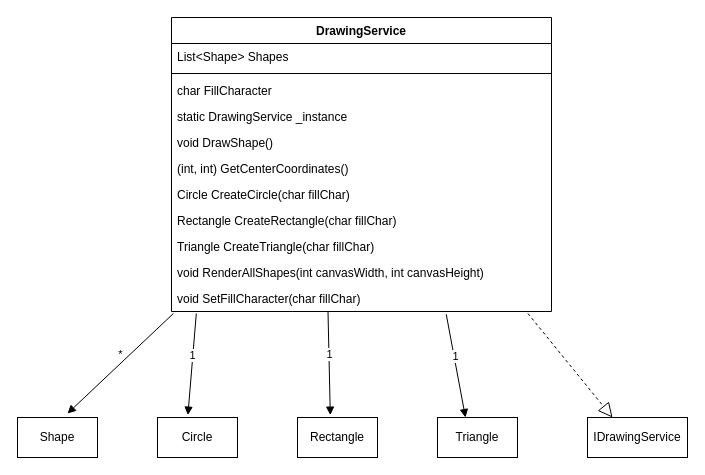
This is shemas/DrawingService.drawio from panigirik/OOP, a draw.io file, before an edit. Source tidied: cells renumbered, new cells numbered last; positions are measured from the earlier drawing's top-left corner, leaving out a move shared by most shapes. Both pictures are drawn from the tidied source at 100%, with x=0, y=0 at pixel (17, 17).
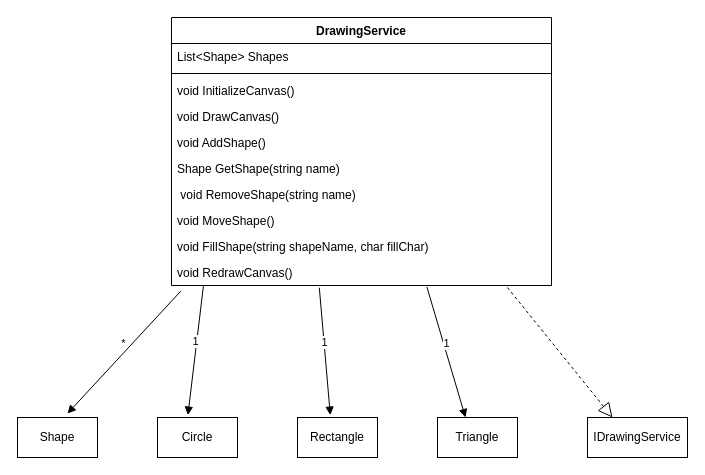
The same diagram, later.

Unchanged cells that the change refers to:
```xml
<mxCell id="15" value="Circle" style="html=1;whiteSpace=wrap;" parent="1" vertex="1">
  <mxGeometry x="140" y="400" width="80" height="40" as="geometry" />
</mxCell>
<mxCell id="16" value="Rectangle" style="html=1;whiteSpace=wrap;" parent="1" vertex="1">
  <mxGeometry x="280" y="400" width="80" height="40" as="geometry" />
</mxCell>
<mxCell id="17" value="Triangle" style="html=1;whiteSpace=wrap;" parent="1" vertex="1">
  <mxGeometry x="420" y="400" width="80" height="40" as="geometry" />
</mxCell>
<mxCell id="18" value="IDrawingService" style="html=1;whiteSpace=wrap;" parent="1" vertex="1">
  <mxGeometry x="570" y="400" width="100" height="40" as="geometry" />
</mxCell>
```

The edit, as a diff of the source:
```diff
@@
     <mxCell id="2" value="DrawingService&lt;div&gt;&lt;br&gt;&lt;/div&gt;" style="swimlane;fontStyle=1;align=center;verticalAlign=top;horizontal=1;startSize=26;whiteSpace=wrap;html=1;" parent="1" vertex="1">
-      <mxGeometry x="154" width="380" height="294" as="geometry" />
+      <mxGeometry x="154" width="380" height="268" as="geometry" />
     </mxCell>
@@
-    <mxCell id="5" value="char FillCharacter" style="text;strokeColor=none;fillColor=none;align=left;verticalAlign=top;spacingLeft=4;spacingRight=4;overflow=hidden;whiteSpace=wrap;html=1;" parent="2" vertex="1">
+    <mxCell id="5" value="void InitializeCanvas()" style="text;strokeColor=none;fillColor=none;align=left;verticalAlign=top;spacingLeft=4;spacingRight=4;overflow=hidden;whiteSpace=wrap;html=1;" parent="2" vertex="1">
       <mxGeometry y="60" width="380" height="26" as="geometry" />
     </mxCell>
-    <mxCell id="6" value="static DrawingService _instance" style="text;strokeColor=none;fillColor=none;align=left;verticalAlign=top;spacingLeft=4;spacingRight=4;overflow=hidden;whiteSpace=wrap;html=1;" parent="2" vertex="1">
+    <mxCell id="6" value="void DrawCanvas()" style="text;strokeColor=none;fillColor=none;align=left;verticalAlign=top;spacingLeft=4;spacingRight=4;overflow=hidden;whiteSpace=wrap;html=1;" parent="2" vertex="1">
       <mxGeometry y="86" width="380" height="26" as="geometry" />
     </mxCell>
-    <mxCell id="7" value="void DrawShape()" style="text;strokeColor=none;fillColor=none;align=left;verticalAlign=top;spacingLeft=4;spacingRight=4;overflow=hidden;whiteSpace=wrap;html=1;" parent="2" vertex="1">
+    <mxCell id="7" value="void AddShape()" style="text;strokeColor=none;fillColor=none;align=left;verticalAlign=top;spacingLeft=4;spacingRight=4;overflow=hidden;whiteSpace=wrap;html=1;" parent="2" vertex="1">
       <mxGeometry y="112" width="380" height="26" as="geometry" />
     </mxCell>
-    <mxCell id="8" value="(int, int) GetCenterCoordinates()" style="text;strokeColor=none;fillColor=none;align=left;verticalAlign=top;spacingLeft=4;spacingRight=4;overflow=hidden;whiteSpace=wrap;html=1;" parent="2" vertex="1">
+    <mxCell id="8" value="Shape GetShape(string name)" style="text;strokeColor=none;fillColor=none;align=left;verticalAlign=top;spacingLeft=4;spacingRight=4;overflow=hidden;whiteSpace=wrap;html=1;" parent="2" vertex="1">
       <mxGeometry y="138" width="380" height="26" as="geometry" />
     </mxCell>
-    <mxCell id="9" value="Circle CreateCircle(char fillChar)" style="text;strokeColor=none;fillColor=none;align=left;verticalAlign=top;spacingLeft=4;spacingRight=4;overflow=hidden;whiteSpace=wrap;html=1;" parent="2" vertex="1">
+    <mxCell id="9" value="&amp;nbsp;void RemoveShape(string name)" style="text;strokeColor=none;fillColor=none;align=left;verticalAlign=top;spacingLeft=4;spacingRight=4;overflow=hidden;whiteSpace=wrap;html=1;" parent="2" vertex="1">
       <mxGeometry y="164" width="380" height="26" as="geometry" />
     </mxCell>
-    <mxCell id="10" value="Rectangle CreateRectangle(char fillChar)" style="text;strokeColor=none;fillColor=none;align=left;verticalAlign=top;spacingLeft=4;spacingRight=4;overflow=hidden;whiteSpace=wrap;html=1;" parent="2" vertex="1">
+    <mxCell id="10" value="void MoveShape()" style="text;strokeColor=none;fillColor=none;align=left;verticalAlign=top;spacingLeft=4;spacingRight=4;overflow=hidden;whiteSpace=wrap;html=1;" parent="2" vertex="1">
       <mxGeometry y="190" width="380" height="26" as="geometry" />
     </mxCell>
-    <mxCell id="11" value="Triangle CreateTriangle(char fillChar)" style="text;strokeColor=none;fillColor=none;align=left;verticalAlign=top;spacingLeft=4;spacingRight=4;overflow=hidden;whiteSpace=wrap;html=1;" parent="2" vertex="1">
+    <mxCell id="11" value="void FillShape(string shapeName, char fillChar)" style="text;strokeColor=none;fillColor=none;align=left;verticalAlign=top;spacingLeft=4;spacingRight=4;overflow=hidden;whiteSpace=wrap;html=1;" parent="2" vertex="1">
       <mxGeometry y="216" width="380" height="26" as="geometry" />
     </mxCell>
-    <mxCell id="12" value="void RenderAllShapes(int canvasWidth, int canvasHeight)" style="text;strokeColor=none;fillColor=none;align=left;verticalAlign=top;spacingLeft=4;spacingRight=4;overflow=hidden;points=[[0,0.5],[1,0.5]];portConstraint=eastwest;whiteSpace=wrap;html=1;" parent="2" vertex="1">
+    <mxCell id="12" value="void RedrawCanvas()" style="text;strokeColor=none;fillColor=none;align=left;verticalAlign=top;spacingLeft=4;spacingRight=4;overflow=hidden;points=[[0,0.5],[1,0.5]];portConstraint=eastwest;whiteSpace=wrap;html=1;" parent="2" vertex="1">
       <mxGeometry y="242" width="380" height="26" as="geometry" />
     </mxCell>
-    <mxCell id="13" value="void SetFillCharacter(char fillChar)" style="text;strokeColor=none;fillColor=none;align=left;verticalAlign=top;spacingLeft=4;spacingRight=4;overflow=hidden;points=[[0,0.5],[1,0.5]];portConstraint=eastwest;whiteSpace=wrap;html=1;" parent="2" vertex="1">
-      <mxGeometry y="268" width="380" height="26" as="geometry" />
-    </mxCell>
@@
-    <mxCell id="19" style="endArrow=block;dashed=1;endFill=0;endSize=12;html=1;rounded=0;entryX=0.25;entryY=0;entryDx=0;entryDy=0;exitX=0.938;exitY=1.077;exitDx=0;exitDy=0;exitPerimeter=0;" parent="1" edge="1" source="13" target="18">
+    <mxCell id="19" style="endArrow=block;dashed=1;endFill=0;endSize=12;html=1;rounded=0;entryX=0.25;entryY=0;entryDx=0;entryDy=0;exitX=0.884;exitY=1.077;exitDx=0;exitDy=0;exitPerimeter=0;" parent="1" edge="1" source="12" target="18">
       <mxGeometry relative="1" as="geometry" />
     </mxCell>
-    <mxCell id="20" value="1" style="html=1;verticalAlign=bottom;endArrow=block;curved=0;rounded=0;entryX=0.35;entryY=0;entryDx=0;entryDy=0;entryPerimeter=0;exitX=0.723;exitY=1.108;exitDx=0;exitDy=0;exitPerimeter=0;" parent="1" edge="1" source="13" target="17">
+    <mxCell id="20" value="1" style="html=1;verticalAlign=bottom;endArrow=block;curved=0;rounded=0;entryX=0.35;entryY=0;entryDx=0;entryDy=0;entryPerimeter=0;exitX=0.672;exitY=1.054;exitDx=0;exitDy=0;exitPerimeter=0;" parent="1" edge="1" source="12" target="17">
       <mxGeometry relative="1" as="geometry" />
     </mxCell>
-    <mxCell id="21" value="1" style="html=1;verticalAlign=bottom;endArrow=block;curved=0;rounded=0;entryX=0.41;entryY=-0.06;entryDx=0;entryDy=0;entryPerimeter=0;exitX=0.723;exitY=1.108;exitDx=0;exitDy=0;exitPerimeter=0;" parent="1" edge="1" target="16">
-      <mxGeometry relative="1" as="geometry">
-        <mxPoint x="310.5" y="294" as="sourcePoint" />
-      </mxGeometry>
+    <mxCell id="21" value="1" style="html=1;verticalAlign=bottom;endArrow=block;curved=0;rounded=0;entryX=0.41;entryY=-0.06;entryDx=0;entryDy=0;entryPerimeter=0;exitX=0.389;exitY=1.085;exitDx=0;exitDy=0;exitPerimeter=0;" parent="1" edge="1" source="12" target="16">
+      <mxGeometry relative="1" as="geometry" />
     </mxCell>
-    <mxCell id="22" value="1" style="html=1;verticalAlign=bottom;endArrow=block;curved=0;rounded=0;entryX=0.38;entryY=-0.06;entryDx=0;entryDy=0;entryPerimeter=0;exitX=0.723;exitY=1.108;exitDx=0;exitDy=0;exitPerimeter=0;" parent="1" edge="1" target="15">
-      <mxGeometry relative="1" as="geometry">
-        <mxPoint x="178.8" y="296" as="sourcePoint" />
-      </mxGeometry>
+    <mxCell id="22" value="1" style="html=1;verticalAlign=bottom;endArrow=block;curved=0;rounded=0;entryX=0.38;entryY=-0.06;entryDx=0;entryDy=0;entryPerimeter=0;exitX=0.084;exitY=1.023;exitDx=0;exitDy=0;exitPerimeter=0;" parent="1" edge="1" source="12" target="15">
+      <mxGeometry relative="1" as="geometry" />
     </mxCell>
-    <mxCell id="23" value="*" style="html=1;verticalAlign=bottom;endArrow=block;curved=0;rounded=0;entryX=0.38;entryY=-0.06;entryDx=0;entryDy=0;entryPerimeter=0;exitX=0.005;exitY=1.077;exitDx=0;exitDy=0;exitPerimeter=0;" parent="1" edge="1" source="13">
+    <mxCell id="23" value="*" style="html=1;verticalAlign=bottom;endArrow=block;curved=0;rounded=0;entryX=0.38;entryY=-0.06;entryDx=0;entryDy=0;entryPerimeter=0;exitX=0.025;exitY=1.208;exitDx=0;exitDy=0;exitPerimeter=0;" parent="1" edge="1" source="12">
       <mxGeometry relative="1" as="geometry">
         <mxPoint x="50" y="396" as="targetPoint" />
       </mxGeometry>
     </mxCell>
```
